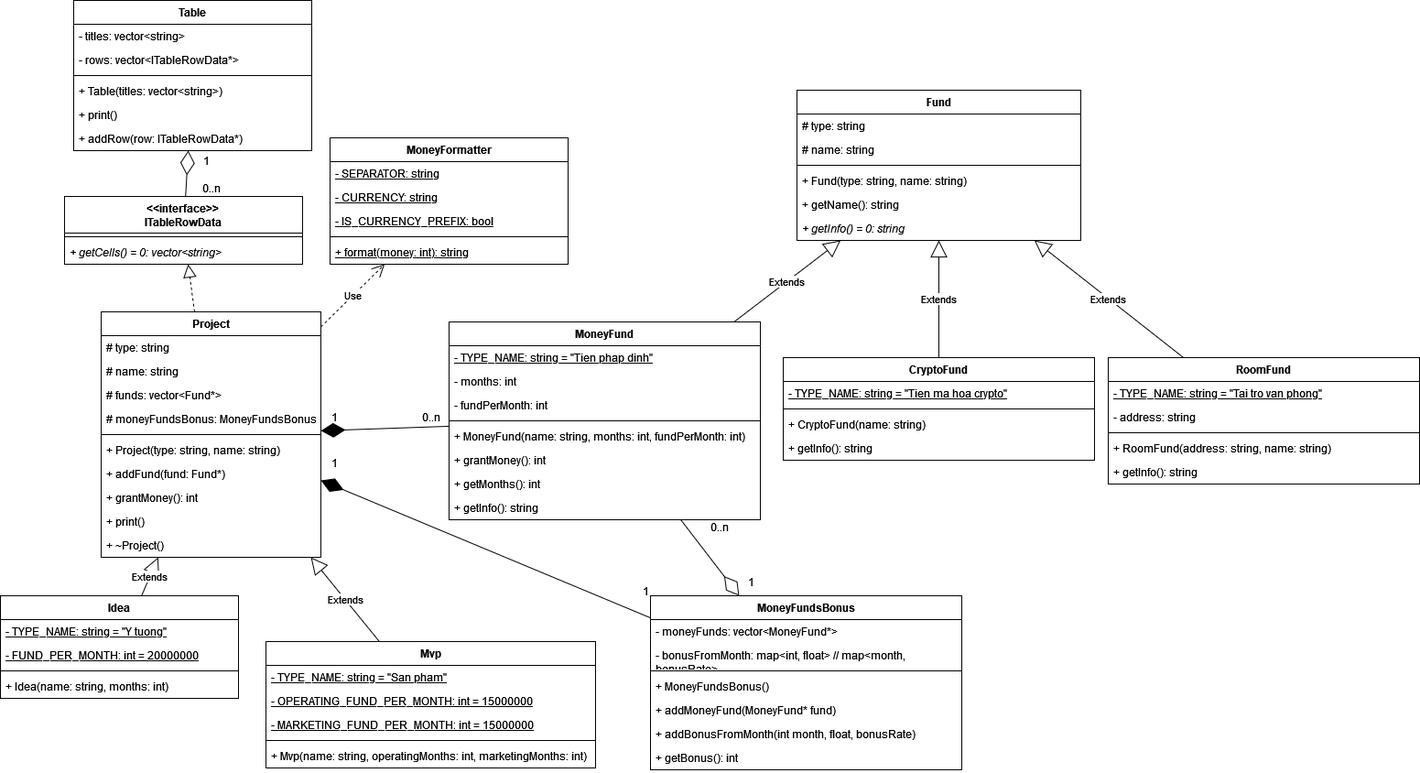
Above: OOP/2022-2023/OOP2022-2023.drawio.png in nguyenhongduc2411/Nostalgia (draw.io), before the change. Source tidied: cells renumbered, new cells last; positions are measured from the earlier drawing's top-left corner, leaving out a move shared by most shapes.
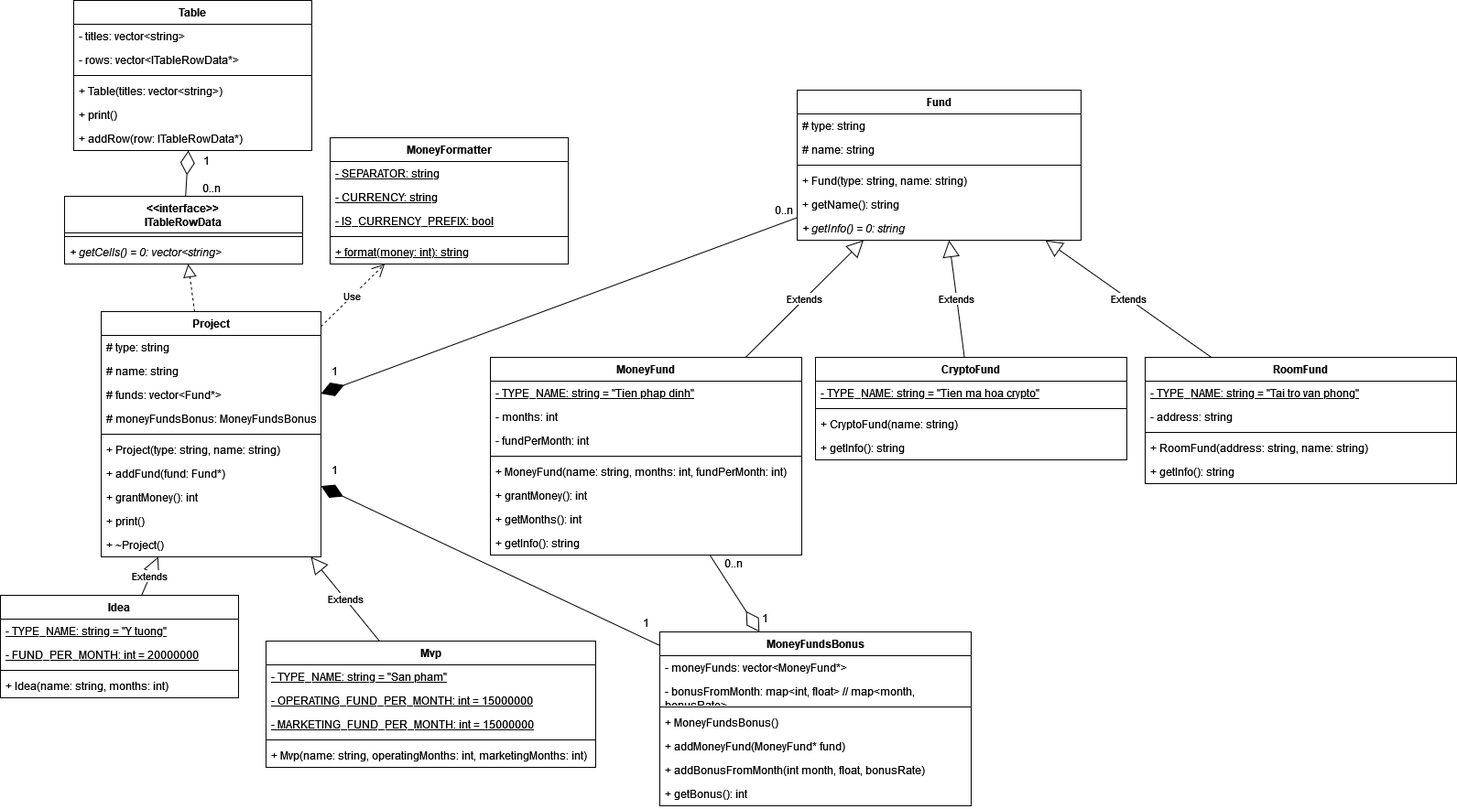
Above is the later version.

Commit message:
fix(OOP/2022-2023): Minor fix to Class Diagram and Code Cau3

Change to the diagram source:
```diff
@@ -75,7 +75,7 @@
       <mxGeometry relative="1" as="geometry" />
     </mxCell>
     <mxCell id="26" value="MoneyFund" style="swimlane;fontStyle=1;align=center;verticalAlign=top;horizontal=1;startSize=26;whiteSpace=wrap;html=1;" parent="1" vertex="1">
-      <mxGeometry x="490" y="351" width="340" height="216" as="geometry" />
+      <mxGeometry x="535" y="390" width="340" height="216" as="geometry" />
     </mxCell>
     <mxCell id="27" value="- TYPE_NAME: string = &quot;Tien phap dinh&quot;" style="text;strokeColor=none;fillColor=none;align=left;verticalAlign=top;spacingLeft=4;spacingRight=4;overflow=hidden;whiteSpace=wrap;html=1;fontStyle=4;" parent="26" vertex="1">
       <mxGeometry y="26" width="340" height="26" as="geometry" />
@@ -101,14 +101,14 @@
     <mxCell id="34" value="+ getInfo(): string" style="text;strokeColor=none;fillColor=none;align=left;verticalAlign=top;spacingLeft=4;spacingRight=4;overflow=hidden;whiteSpace=wrap;html=1;" parent="26" vertex="1">
       <mxGeometry y="190" width="340" height="26" as="geometry" />
     </mxCell>
-    <mxCell id="35" style="endArrow=diamondThin;endFill=1;endSize=24;html=1;rounded=0;" parent="1" edge="1" source="26" target="2">
+    <mxCell id="35" style="endArrow=diamondThin;endFill=1;endSize=24;html=1;rounded=0;" parent="1" edge="1" source="59" target="2">
       <mxGeometry relative="1" as="geometry" />
     </mxCell>
     <mxCell id="36" value="1" style="text;html=1;align=center;verticalAlign=middle;strokeColor=none;fillColor=none;" parent="1" vertex="1">
-      <mxGeometry x="350" y="440" width="30" height="30" as="geometry" />
+      <mxGeometry x="350" y="390" width="30" height="30" as="geometry" />
     </mxCell>
     <mxCell id="37" value="0..n" style="text;html=1;align=center;verticalAlign=middle;strokeColor=none;fillColor=none;" parent="1" vertex="1">
-      <mxGeometry x="450" y="440" width="40" height="30" as="geometry" />
+      <mxGeometry x="835" y="214" width="40" height="30" as="geometry" />
     </mxCell>
     <mxCell id="38" value="MoneyFormatter" style="swimlane;fontStyle=1;align=center;verticalAlign=top;horizontal=1;startSize=26;whiteSpace=wrap;html=1;" parent="1" vertex="1">
       <mxGeometry x="360" y="150" width="260" height="138" as="geometry" />
@@ -198,7 +198,7 @@
       <mxGeometry relative="1" as="geometry" />
     </mxCell>
     <mxCell id="67" value="CryptoFund" style="swimlane;fontStyle=1;align=center;verticalAlign=top;horizontal=1;startSize=26;whiteSpace=wrap;html=1;" parent="1" vertex="1">
-      <mxGeometry x="855" y="390" width="340" height="112" as="geometry" />
+      <mxGeometry x="890" y="390" width="340" height="112" as="geometry" />
     </mxCell>
     <mxCell id="68" value="- TYPE_NAME: string = &quot;Tien ma hoa crypto&quot;" style="text;strokeColor=none;fillColor=none;align=left;verticalAlign=top;spacingLeft=4;spacingRight=4;overflow=hidden;whiteSpace=wrap;html=1;fontStyle=4;" parent="67" vertex="1">
       <mxGeometry y="26" width="340" height="26" as="geometry" />
@@ -216,7 +216,7 @@
       <mxGeometry relative="1" as="geometry" />
     </mxCell>
     <mxCell id="73" value="RoomFund" style="swimlane;fontStyle=1;align=center;verticalAlign=top;horizontal=1;startSize=26;whiteSpace=wrap;html=1;" parent="1" vertex="1">
-      <mxGeometry x="1210" y="390" width="340" height="138" as="geometry" />
+      <mxGeometry x="1250" y="390" width="340" height="138" as="geometry" />
     </mxCell>
     <mxCell id="74" value="- TYPE_NAME: string = &quot;Tai tro van phong&quot;" style="text;strokeColor=none;fillColor=none;align=left;verticalAlign=top;spacingLeft=4;spacingRight=4;overflow=hidden;whiteSpace=wrap;html=1;fontStyle=4;" parent="73" vertex="1">
       <mxGeometry y="26" width="340" height="26" as="geometry" />
@@ -237,7 +237,7 @@
       <mxGeometry relative="1" as="geometry" />
     </mxCell>
     <mxCell id="80" value="MoneyFundsBonus" style="swimlane;fontStyle=1;align=center;verticalAlign=top;horizontal=1;startSize=26;whiteSpace=wrap;html=1;" parent="1" vertex="1">
-      <mxGeometry x="710" y="650" width="340" height="190" as="geometry" />
+      <mxGeometry x="720" y="690" width="340" height="190" as="geometry" />
     </mxCell>
     <mxCell id="81" value="- moneyFunds: vector&amp;lt;MoneyFund*&amp;gt;" style="text;strokeColor=none;fillColor=none;align=left;verticalAlign=top;spacingLeft=4;spacingRight=4;overflow=hidden;whiteSpace=wrap;html=1;" parent="80" vertex="1">
       <mxGeometry y="26" width="340" height="26" as="geometry" />
@@ -264,19 +264,19 @@
       <mxGeometry relative="1" as="geometry" />
     </mxCell>
     <mxCell id="89" value="1" style="text;html=1;align=center;verticalAlign=middle;strokeColor=none;fillColor=none;" parent="1" vertex="1">
-      <mxGeometry x="805" y="620" width="30" height="30" as="geometry" />
+      <mxGeometry x="820" y="660" width="30" height="30" as="geometry" />
     </mxCell>
     <mxCell id="90" value="0..n" style="text;html=1;align=center;verticalAlign=middle;strokeColor=none;fillColor=none;" parent="1" vertex="1">
-      <mxGeometry x="765" y="560" width="40" height="30" as="geometry" />
+      <mxGeometry x="780" y="600" width="40" height="30" as="geometry" />
     </mxCell>
     <mxCell id="91" style="endArrow=diamondThin;endFill=1;endSize=24;html=1;rounded=0;" parent="1" edge="1" source="80" target="2">
       <mxGeometry relative="1" as="geometry" />
     </mxCell>
     <mxCell id="92" value="1" style="text;html=1;align=center;verticalAlign=middle;strokeColor=none;fillColor=none;" parent="1" vertex="1">
-      <mxGeometry x="350" y="490" width="30" height="30" as="geometry" />
+      <mxGeometry x="350" y="498" width="30" height="30" as="geometry" />
     </mxCell>
     <mxCell id="93" value="1" style="text;html=1;align=center;verticalAlign=middle;strokeColor=none;fillColor=none;" parent="1" vertex="1">
-      <mxGeometry x="690" y="630" width="30" height="30" as="geometry" />
+      <mxGeometry x="690" y="665" width="30" height="30" as="geometry" />
     </mxCell>
   </root>
 </mxGraphModel>
```
